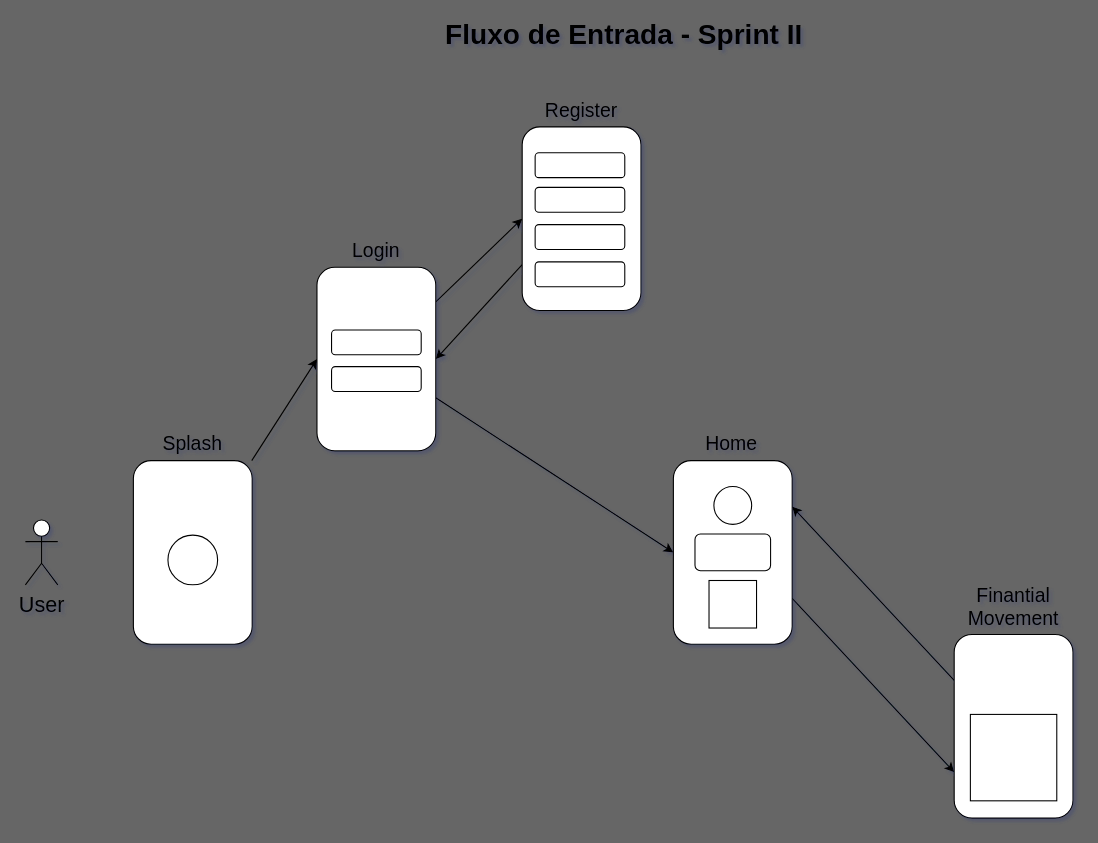
This is Sprints/draw.drawio from Luanftg/PIT01GP01, a draw.io file, before an edit. Source tidied: cells renumbered, new cells numbered last; positions are measured from the earlier drawing's top-left corner, leaving out a move shared by most shapes. Both pictures are drawn from the tidied source at 108%, with x=0, y=0 at pixel (25, 18).
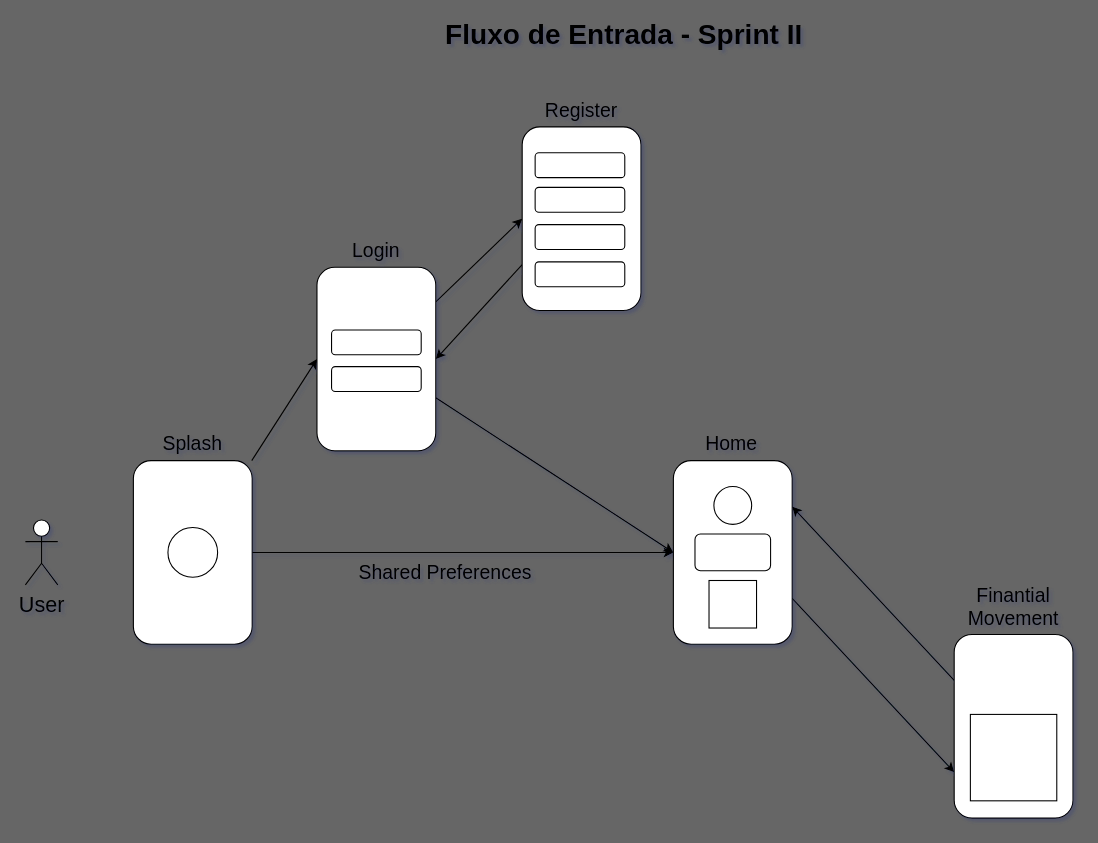
The same page after the edit.

The change refers to these unchanged cells:
```xml
<mxCell id="3" style="rounded=1;whiteSpace=wrap;html=1;" parent="1" vertex="1">
  <mxGeometry x="100" y="409" width="110" height="170" as="geometry" />
</mxCell>
<mxCell id="8" style="rounded=1;whiteSpace=wrap;html=1;" parent="1" vertex="1">
  <mxGeometry x="600" y="409" width="110" height="170" as="geometry" />
</mxCell>
```

Diff of the diagram source:
```diff
@@
+    <mxCell id="31" style="edgeStyle=none;html=1;entryX=0;entryY=0.5;entryDx=0;entryDy=0;" parent="1" edge="1" source="3" target="8">
+      <mxGeometry relative="1" as="geometry" />
+    </mxCell>
@@
     <mxCell id="20" style="ellipse;whiteSpace=wrap;html=1;fontSize=26;" parent="1" vertex="1">
-      <mxGeometry x="132" y="478" width="46" height="46" as="geometry" />
+      <mxGeometry x="132" y="471" width="46" height="46" as="geometry" />
     </mxCell>
@@
+    <mxCell id="32" value="Shared Preferences" style="text;html=1;strokeColor=none;fillColor=none;align=center;verticalAlign=middle;whiteSpace=wrap;rounded=0;fontSize=18;" parent="1" vertex="1">
+      <mxGeometry x="301" y="498" width="176" height="30" as="geometry" />
+    </mxCell>
```
